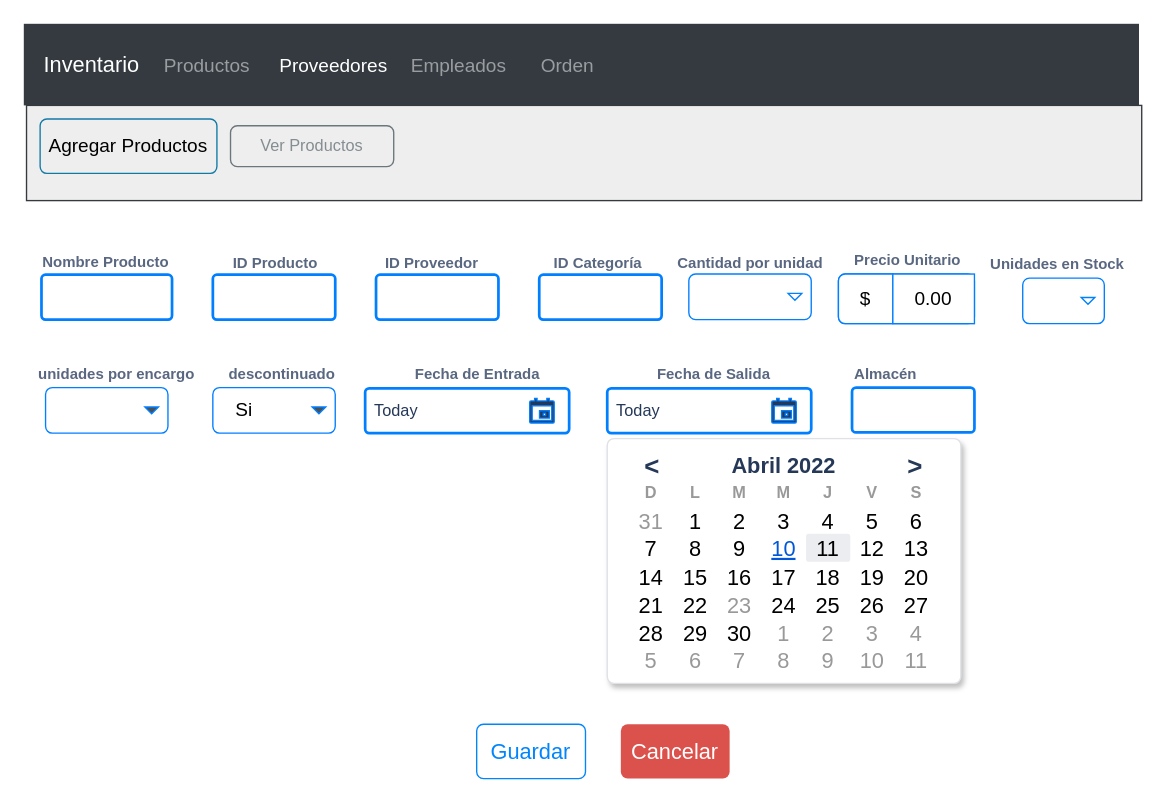
Above: page "Productos" (1 of 5) of Inventario.drawio in Eldavid1/clase-BD (draw.io), before the change. Source tidied: cells renumbered, new cells numbered last; positions are measured from the earlier drawing's top-left corner, leaving out a move shared by most shapes. Both pictures are drawn from the tidied source at 136%, with x=0, y=0 at pixel (23, 23).
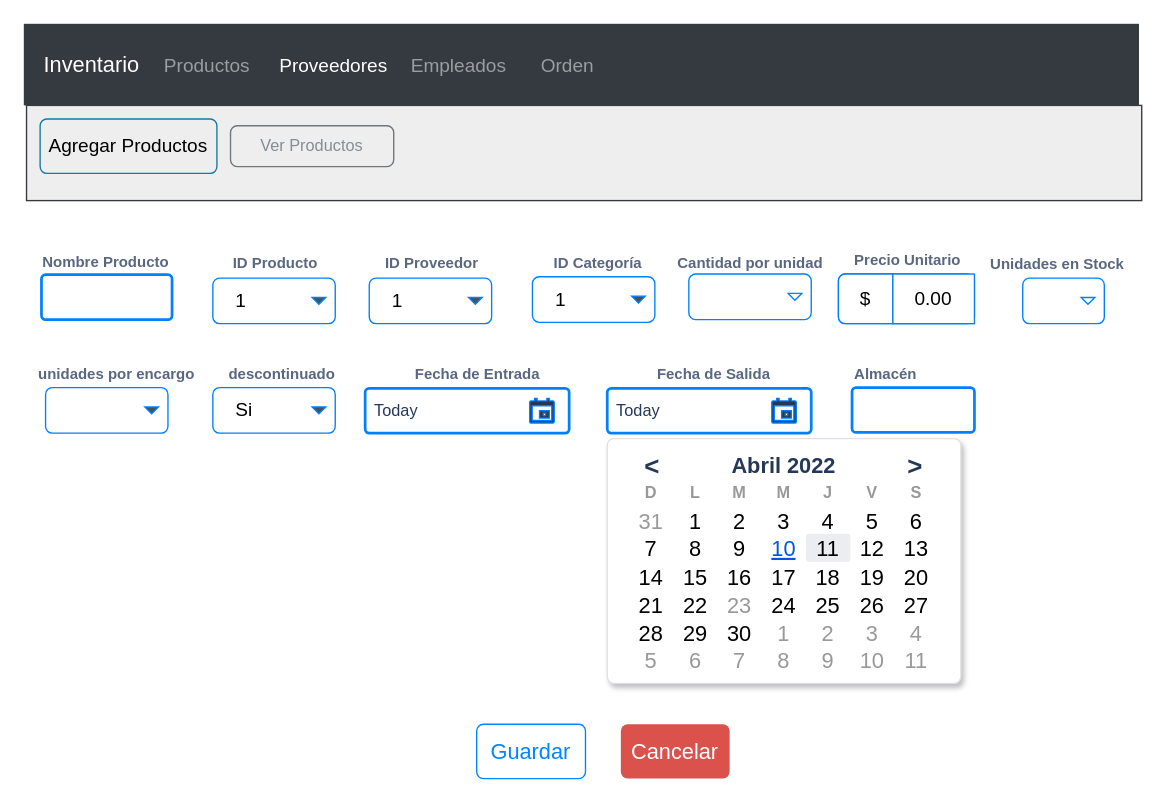
After the change.

What changed in the source:
```diff
@@
-    <mxCell id="59" style="rounded=1;arcSize=9;align=left;spacingLeft=5;html=1;strokeWidth=2;fontSize=12;strokeColor=#007FFF;" parent="1" vertex="1">
-      <mxGeometry x="139" y="184.5" width="90" height="33" as="geometry" />
-    </mxCell>
@@
-    <mxCell id="63" style="rounded=1;arcSize=9;align=left;spacingLeft=5;html=1;strokeWidth=2;fontSize=12;strokeColor=#007FFF;" parent="1" vertex="1">
-      <mxGeometry x="259" y="184.5" width="90" height="33" as="geometry" />
-    </mxCell>
@@
-    <mxCell id="78" style="rounded=1;arcSize=9;align=left;spacingLeft=5;html=1;strokeWidth=2;fontSize=12;strokeColor=#007FFF;" parent="1" vertex="1">
-      <mxGeometry x="379" y="184.5" width="90" height="33" as="geometry" />
-    </mxCell>
@@
+    <mxCell id="98" value="1" style="html=1;shadow=0;dashed=0;shape=mxgraph.bootstrap.rrect;rSize=5;strokeWidth=1;whiteSpace=wrap;align=left;verticalAlign=middle;fontStyle=0;fontSize=14;spacingRight=0;spacing=17;strokeColor=#007FFF;" parent="1" vertex="1">
+      <mxGeometry x="139" y="187" width="90" height="33.5" as="geometry" />
+    </mxCell>
+    <mxCell id="99" style="shape=triangle;direction=south;fillColor=#495057;strokeColor=#007FFF;perimeter=none;" parent="98" vertex="1">
+      <mxGeometry x="1" y="0.5" width="10" height="5" relative="1" as="geometry">
+        <mxPoint x="-17" y="-2.5" as="offset" />
+      </mxGeometry>
+    </mxCell>
+    <mxCell id="100" value="1" style="html=1;shadow=0;dashed=0;shape=mxgraph.bootstrap.rrect;rSize=5;strokeWidth=1;whiteSpace=wrap;align=left;verticalAlign=middle;fontStyle=0;fontSize=14;spacingRight=0;spacing=17;strokeColor=#007FFF;" parent="1" vertex="1">
+      <mxGeometry x="254" y="187" width="90" height="33.5" as="geometry" />
+    </mxCell>
+    <mxCell id="101" style="shape=triangle;direction=south;fillColor=#495057;strokeColor=#007FFF;perimeter=none;" parent="100" vertex="1">
+      <mxGeometry x="1" y="0.5" width="10" height="5" relative="1" as="geometry">
+        <mxPoint x="-17" y="-2.5" as="offset" />
+      </mxGeometry>
+    </mxCell>
+    <mxCell id="102" value="1" style="html=1;shadow=0;dashed=0;shape=mxgraph.bootstrap.rrect;rSize=5;strokeWidth=1;whiteSpace=wrap;align=left;verticalAlign=middle;fontStyle=0;fontSize=14;spacingRight=0;spacing=17;strokeColor=#007FFF;" parent="1" vertex="1">
+      <mxGeometry x="374" y="186" width="90" height="33.5" as="geometry" />
+    </mxCell>
+    <mxCell id="103" style="shape=triangle;direction=south;fillColor=#495057;strokeColor=#007FFF;perimeter=none;" parent="102" vertex="1">
+      <mxGeometry x="1" y="0.5" width="10" height="5" relative="1" as="geometry">
+        <mxPoint x="-17" y="-2.5" as="offset" />
+      </mxGeometry>
+    </mxCell>
```
